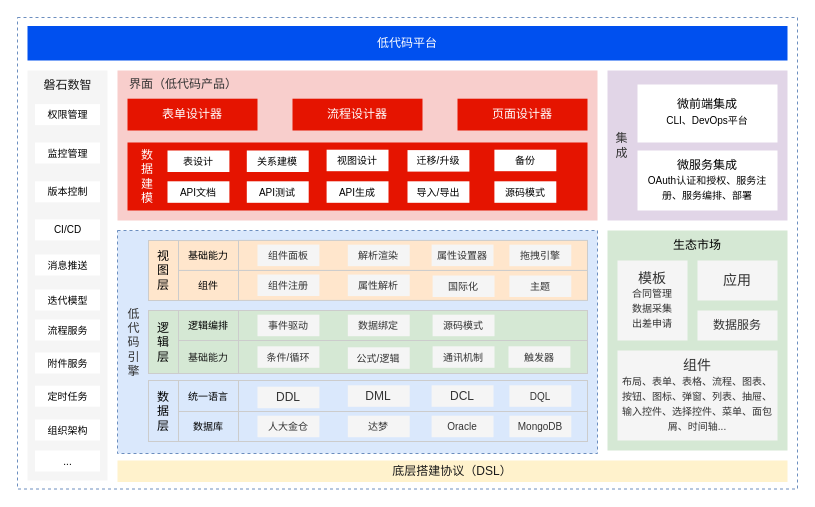
tangyaosimida/love keeps this draw.io diagram as 低代码—泳道图—研究内容.drawio. Above is the earlier version. Source tidied: cells renumbered, new cells numbered last; positions are measured from the earlier drawing's top-left corner, leaving out a move shared by most shapes. Both pictures are drawn from the tidied source at 100%, with x=0, y=0 at pixel (17, 17).
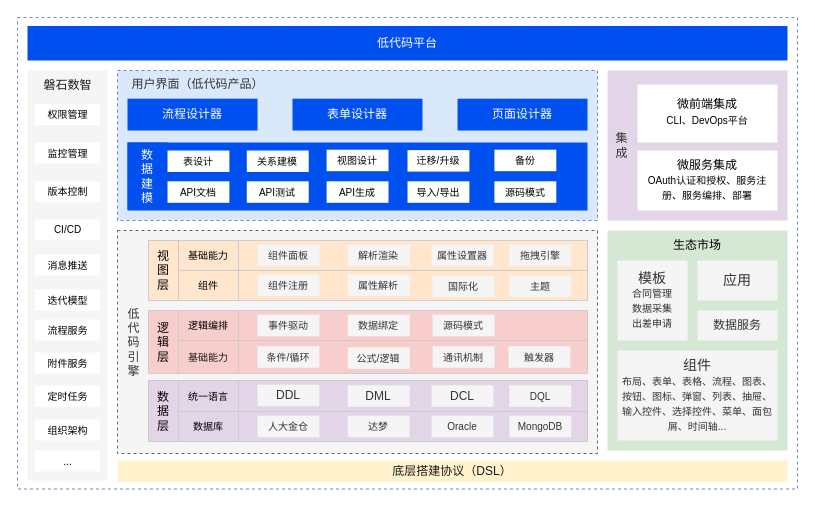
Above is the later version.

Commit message:
更新低代码—泳道图—研究内容.drawio

What changed in the source:
```diff
@@
-    <mxCell id="3" style="rounded=0;whiteSpace=wrap;html=1;fillColor=#dae8fc;strokeColor=#6c8ebf;dashed=1;strokeWidth=1;" parent="1" vertex="1">
+    <mxCell id="3" style="rounded=0;whiteSpace=wrap;html=1;fillColor=#f5f5f5;strokeColor=#666666;dashed=1;strokeWidth=1;fontColor=#333333;" parent="1" vertex="1">
       <mxGeometry x="100" y="213" width="480" height="223" as="geometry" />
     </mxCell>
-    <mxCell id="4" style="rounded=0;whiteSpace=wrap;html=1;fillColor=#f8cecc;strokeColor=none;" parent="1" vertex="1">
+    <mxCell id="4" style="rounded=0;whiteSpace=wrap;html=1;fillColor=#dae8fc;strokeColor=#6c8ebf;dashed=1;" parent="1" vertex="1">
       <mxGeometry x="100" y="53" width="480" height="150" as="geometry" />
     </mxCell>
@@
-    <mxCell id="20" value="数&lt;div style=&quot;font-size: 12px;&quot;&gt;据&lt;/div&gt;&lt;div style=&quot;font-size: 12px;&quot;&gt;层&lt;/div&gt;" style="text;html=1;align=center;verticalAlign=middle;whiteSpace=wrap;rounded=0;fillColor=#dae8fc;strokeColor=#CCCCCC;fontSize=12;" parent="1" vertex="1">
+    <mxCell id="20" value="数&lt;div style=&quot;font-size: 12px;&quot;&gt;据&lt;/div&gt;&lt;div style=&quot;font-size: 12px;&quot;&gt;层&lt;/div&gt;" style="text;html=1;align=center;verticalAlign=middle;whiteSpace=wrap;rounded=0;fillColor=#e1d5e7;strokeColor=#CCCCCC;fontSize=12;" parent="1" vertex="1">
       <mxGeometry x="131" y="363" width="30" height="61" as="geometry" />
     </mxCell>
-    <mxCell id="21" style="rounded=0;whiteSpace=wrap;html=1;fillColor=#dae8fc;strokeColor=#CCCCCC;" parent="1" vertex="1">
+    <mxCell id="21" style="rounded=0;whiteSpace=wrap;html=1;fillColor=#e1d5e7;strokeColor=#CCCCCC;" parent="1" vertex="1">
       <mxGeometry x="221" y="363" width="349" height="31" as="geometry" />
     </mxCell>
-    <mxCell id="22" value="数据库" style="rounded=0;whiteSpace=wrap;html=1;fillColor=#dae8fc;strokeColor=#CCCCCC;fontSize=10;" parent="1" vertex="1">
+    <mxCell id="22" value="数据库" style="rounded=0;whiteSpace=wrap;html=1;fillColor=#e1d5e7;strokeColor=#CCCCCC;fontSize=10;" parent="1" vertex="1">
       <mxGeometry x="161" y="394" width="60" height="30" as="geometry" />
     </mxCell>
-    <mxCell id="23" style="rounded=0;whiteSpace=wrap;html=1;fillColor=#dae8fc;strokeColor=#CCCCCC;" parent="1" vertex="1">
+    <mxCell id="23" style="rounded=0;whiteSpace=wrap;html=1;fillColor=#e1d5e7;strokeColor=#CCCCCC;" parent="1" vertex="1">
       <mxGeometry x="221" y="394" width="349" height="30" as="geometry" />
     </mxCell>
-    <mxCell id="24" value="统一语言" style="rounded=0;whiteSpace=wrap;html=1;fillColor=#dae8fc;strokeColor=#CCCCCC;fontSize=10;" parent="1" vertex="1">
+    <mxCell id="24" value="统一语言" style="rounded=0;whiteSpace=wrap;html=1;fillColor=#e1d5e7;strokeColor=#CCCCCC;fontSize=10;" parent="1" vertex="1">
       <mxGeometry x="161" y="363" width="60" height="31" as="geometry" />
     </mxCell>
@@
     <mxCell id="29" value="DDL" style="rounded=0;whiteSpace=wrap;html=1;fillColor=#f5f5f5;fontColor=#333333;strokeColor=none;" parent="1" vertex="1">
-      <mxGeometry x="240" y="369.2" width="61.9" height="21.5" as="geometry" />
+      <mxGeometry x="240" y="367.2" width="61.9" height="21.5" as="geometry" />
     </mxCell>
@@
-    <mxCell id="33" value="逻&lt;div style=&quot;font-size: 12px;&quot;&gt;辑&lt;/div&gt;&lt;div style=&quot;font-size: 12px;&quot;&gt;层&lt;/div&gt;" style="text;html=1;align=center;verticalAlign=middle;whiteSpace=wrap;rounded=0;fillColor=none;strokeColor=#CCCCCC;fontSize=12;" parent="1" vertex="1">
+    <mxCell id="33" value="逻&lt;div style=&quot;font-size: 12px;&quot;&gt;辑&lt;/div&gt;&lt;div style=&quot;font-size: 12px;&quot;&gt;层&lt;/div&gt;" style="text;html=1;align=center;verticalAlign=middle;whiteSpace=wrap;rounded=0;fillColor=#f8cecc;strokeColor=#CCCCCC;fontSize=12;" parent="1" vertex="1">
       <mxGeometry x="131" y="293" width="30" height="63" as="geometry" />
     </mxCell>
-    <mxCell id="34" style="rounded=0;whiteSpace=wrap;html=1;fillColor=#d5e8d4;strokeColor=#CCCCCC;" parent="1" vertex="1">
+    <mxCell id="34" style="rounded=0;whiteSpace=wrap;html=1;fillColor=#f8cecc;strokeColor=#CCCCCC;" parent="1" vertex="1">
       <mxGeometry x="221" y="293" width="349" height="30" as="geometry" />
     </mxCell>
-    <mxCell id="35" style="rounded=0;whiteSpace=wrap;html=1;fillColor=#d5e8d4;strokeColor=#CCCCCC;" parent="1" vertex="1">
+    <mxCell id="35" style="rounded=0;whiteSpace=wrap;html=1;fillColor=#f8cecc;strokeColor=#CCCCCC;" parent="1" vertex="1">
       <mxGeometry x="221" y="323" width="349" height="33" as="geometry" />
     </mxCell>
-    <mxCell id="36" value="&lt;font color=&quot;#1a1a1a&quot; style=&quot;font-size: 10px;&quot;&gt;基础能力&lt;/font&gt;" style="rounded=0;whiteSpace=wrap;html=1;fillColor=#d5e8d4;strokeColor=#CCCCCC;fontColor=#E6E6E6;fontSize=10;" parent="1" vertex="1">
+    <mxCell id="36" value="&lt;font color=&quot;#1a1a1a&quot; style=&quot;font-size: 10px;&quot;&gt;基础能力&lt;/font&gt;" style="rounded=0;whiteSpace=wrap;html=1;fillColor=#f8cecc;strokeColor=#CCCCCC;fontSize=10;" parent="1" vertex="1">
       <mxGeometry x="161" y="323" width="60" height="33" as="geometry" />
     </mxCell>
-    <mxCell id="37" value="逻辑编排" style="rounded=0;whiteSpace=wrap;html=1;fillColor=#d5e8d4;strokeColor=#CCCCCC;fontSize=10;" parent="1" vertex="1">
+    <mxCell id="37" value="逻辑编排" style="rounded=0;whiteSpace=wrap;html=1;fillColor=#f8cecc;strokeColor=#CCCCCC;fontSize=10;" parent="1" vertex="1">
       <mxGeometry x="161" y="293" width="60" height="30" as="geometry" />
     </mxCell>
@@
-    <mxCell id="64" value="&lt;font color=&quot;#333333&quot; style=&quot;font-size: 12px;&quot;&gt;界面（低代码产品）&lt;/font&gt;" style="text;html=1;align=center;verticalAlign=middle;whiteSpace=wrap;rounded=0;" parent="1" vertex="1">
-      <mxGeometry x="111" y="53" width="110" height="28.2" as="geometry" />
+    <mxCell id="64" value="&lt;font color=&quot;#333333&quot; style=&quot;font-size: 12px;&quot;&gt;用户界面（低代码产品）&lt;/font&gt;" style="text;html=1;align=center;verticalAlign=middle;whiteSpace=wrap;rounded=0;" parent="1" vertex="1">
+      <mxGeometry x="111" y="53" width="139" height="28.2" as="geometry" />
     </mxCell>
-    <mxCell id="65" value="表单设计器" style="rounded=0;whiteSpace=wrap;html=1;fillColor=#e51400;fontColor=#ffffff;strokeColor=none;" parent="1" vertex="1">
+    <mxCell id="65" value="流程设计器" style="rounded=0;whiteSpace=wrap;html=1;fillColor=#0050ef;fontColor=#ffffff;strokeColor=none;" parent="1" vertex="1">
       <mxGeometry x="110" y="81.2" width="130" height="31.8" as="geometry" />
     </mxCell>
-    <mxCell id="66" value="流程设计器" style="rounded=0;whiteSpace=wrap;html=1;fillColor=#e51400;fontColor=#ffffff;strokeColor=none;" parent="1" vertex="1">
+    <mxCell id="66" value="表单设计器" style="rounded=0;whiteSpace=wrap;html=1;fillColor=#0050ef;fontColor=#ffffff;strokeColor=none;" parent="1" vertex="1">
       <mxGeometry x="275" y="81.2" width="130" height="31.8" as="geometry" />
     </mxCell>
-    <mxCell id="67" value="页面设计器" style="rounded=0;whiteSpace=wrap;html=1;fillColor=#e51400;fontColor=#ffffff;strokeColor=none;" parent="1" vertex="1">
+    <mxCell id="67" value="页面设计器" style="rounded=0;whiteSpace=wrap;html=1;fillColor=#0050ef;fontColor=#ffffff;strokeColor=none;" parent="1" vertex="1">
       <mxGeometry x="440" y="81.2" width="130" height="31.8" as="geometry" />
     </mxCell>
-    <mxCell id="68" style="rounded=0;whiteSpace=wrap;html=1;fillColor=#e51400;strokeColor=none;fontColor=#ffffff;" parent="1" vertex="1">
+    <mxCell id="68" style="rounded=0;whiteSpace=wrap;html=1;fillColor=#0050ef;strokeColor=none;fontColor=#ffffff;" parent="1" vertex="1">
       <mxGeometry x="110" y="125" width="460" height="68" as="geometry" />
     </mxCell>
-    <mxCell id="69" value="&lt;font color=&quot;#ffffff&quot;&gt;数&lt;/font&gt;&lt;div&gt;&lt;font color=&quot;#ffffff&quot;&gt;据&lt;/font&gt;&lt;/div&gt;&lt;div&gt;&lt;font color=&quot;#ffffff&quot;&gt;建&lt;/font&gt;&lt;/div&gt;&lt;div&gt;&lt;font color=&quot;#ffffff&quot;&gt;模&lt;/font&gt;&lt;/div&gt;" style="text;html=1;align=center;verticalAlign=middle;whiteSpace=wrap;rounded=0;" parent="1" vertex="1">
+    <mxCell id="69" value="&lt;font color=&quot;#ffffff&quot;&gt;数&lt;/font&gt;&lt;div&gt;&lt;font color=&quot;#ffffff&quot;&gt;据&lt;/font&gt;&lt;/div&gt;&lt;div&gt;&lt;font color=&quot;#ffffff&quot;&gt;建&lt;/font&gt;&lt;/div&gt;&lt;div&gt;&lt;font color=&quot;#ffffff&quot;&gt;模&lt;/font&gt;&lt;/div&gt;" style="text;html=1;align=center;verticalAlign=middle;whiteSpace=wrap;rounded=0;fillColor=#0050ef;fontColor=#ffffff;strokeColor=none;" parent="1" vertex="1">
       <mxGeometry x="110" y="125" width="40" height="67" as="geometry" />
     </mxCell>
```
